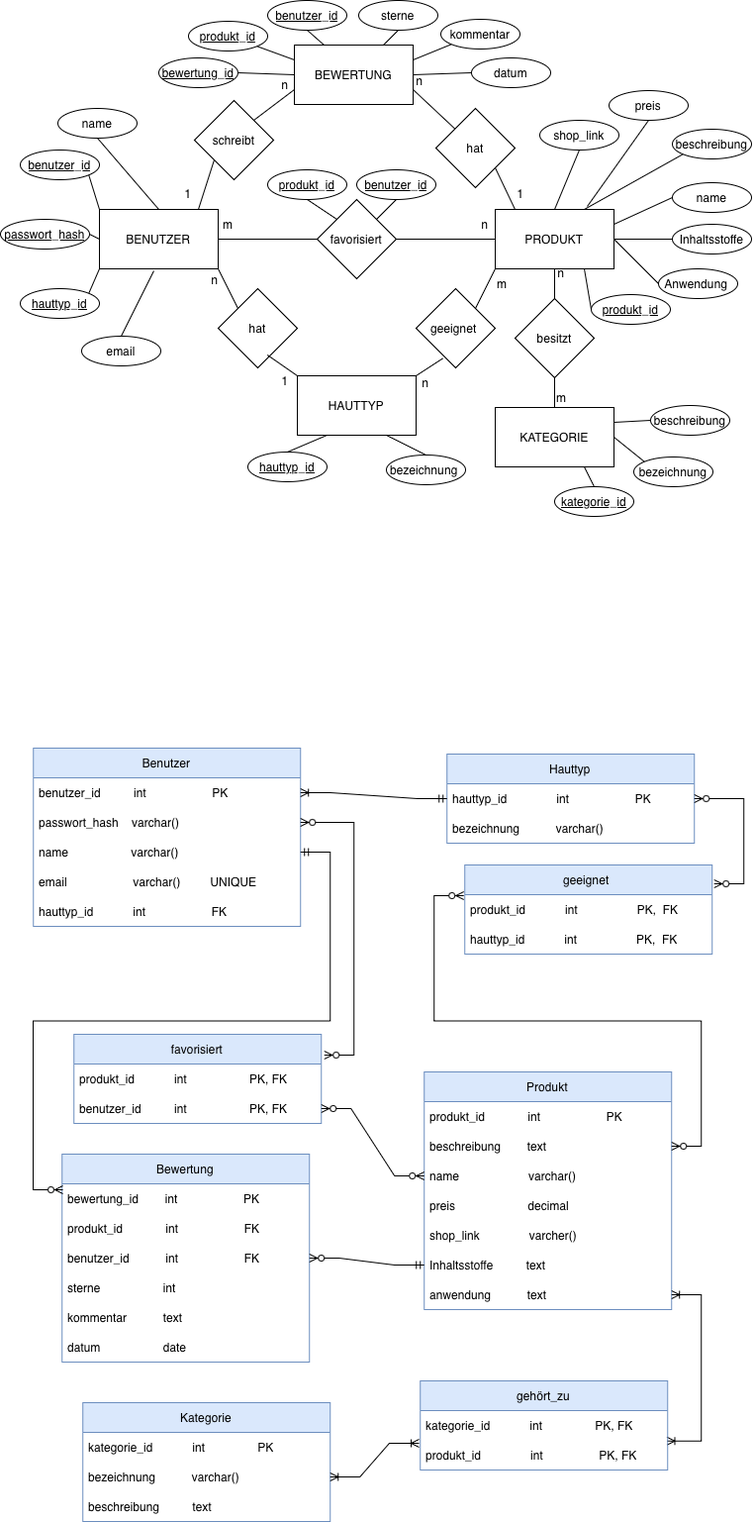
Above: docs/assets/images/data-model.png in Tiberja/SkinSense (draw.io), before the change. Source tidied: cells renumbered, new cells last; positions are measured from the earlier drawing's top-left corner, leaving out a move shared by most shapes.
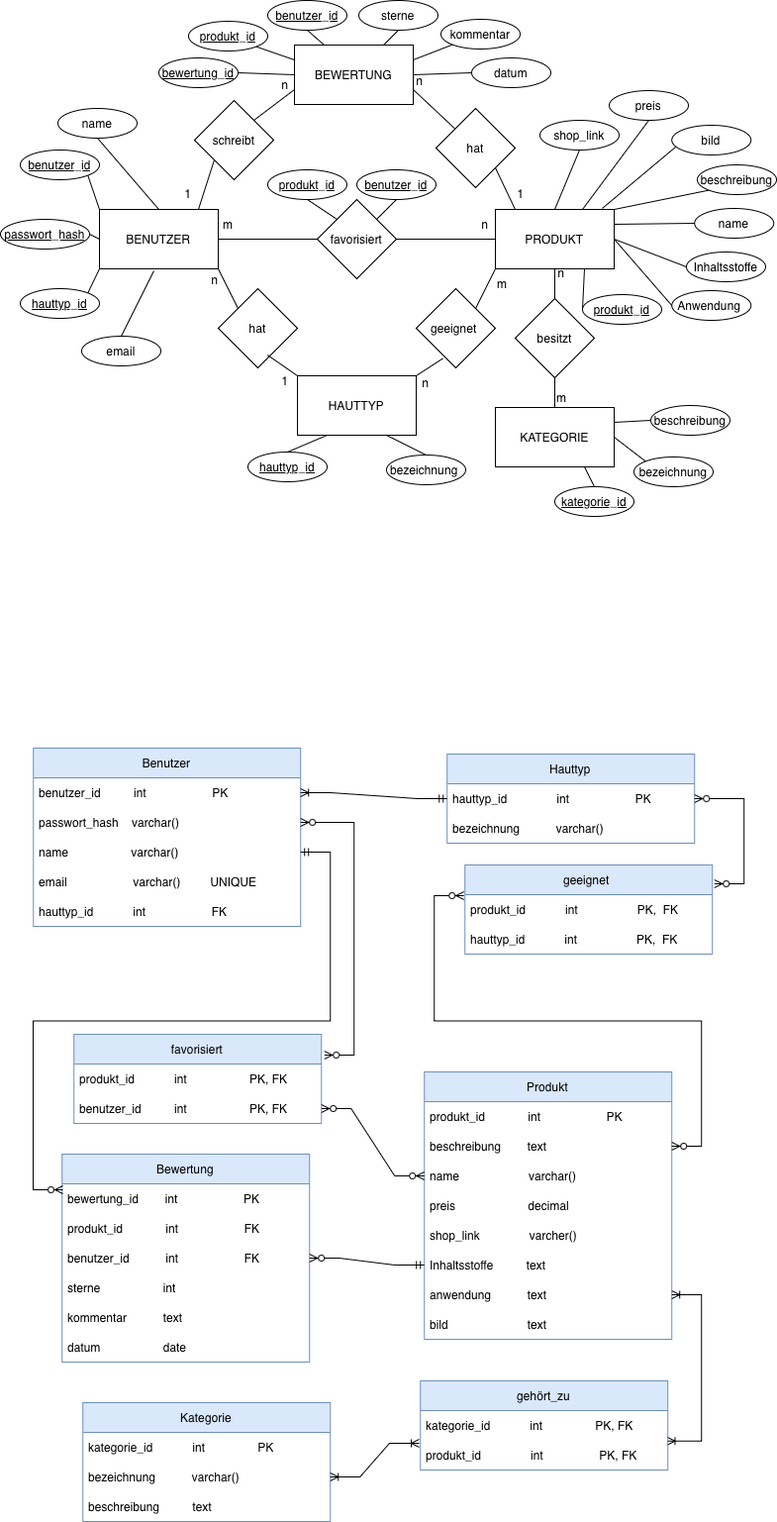
After the change.

The edit, as a diff of the source:
```diff
@@ -75,13 +75,13 @@
       <mxGeometry x="250" y="456" width="80" height="30" as="geometry" />
     </mxCell>
     <mxCell id="26" value="&lt;u&gt;produkt_id&lt;/u&gt;" style="ellipse;whiteSpace=wrap;html=1;fontSize=12;" parent="1" vertex="1">
-      <mxGeometry x="597" y="297" width="80" height="30" as="geometry" />
+      <mxGeometry x="588" y="297" width="80" height="30" as="geometry" />
     </mxCell>
     <mxCell id="27" value="name" style="ellipse;whiteSpace=wrap;html=1;fontSize=12;" parent="1" vertex="1">
-      <mxGeometry x="679" y="184" width="80" height="30" as="geometry" />
+      <mxGeometry x="701.2" y="210" width="80" height="30" as="geometry" />
     </mxCell>
     <mxCell id="28" value="beschreibung" style="ellipse;whiteSpace=wrap;html=1;fontSize=12;" parent="1" vertex="1">
-      <mxGeometry x="679" y="130" width="80" height="30" as="geometry" />
+      <mxGeometry x="704" y="166" width="80" height="30" as="geometry" />
     </mxCell>
     <mxCell id="29" value="preis" style="ellipse;whiteSpace=wrap;html=1;fontSize=12;" parent="1" vertex="1">
       <mxGeometry x="615" y="91" width="80" height="30" as="geometry" />
@@ -132,10 +132,10 @@
     </mxCell>
     <mxCell id="44" style="endArrow=none;html=1;rounded=0;entryX=0.5;entryY=1;entryDx=0;entryDy=0;fontSize=12;" parent="1" edge="1" target="29">
       <mxGeometry relative="1" as="geometry">
-        <mxPoint x="593" y="208" as="sourcePoint" />
+        <mxPoint x="588" y="211" as="sourcePoint" />
       </mxGeometry>
     </mxCell>
-    <mxCell id="45" style="endArrow=none;html=1;rounded=0;entryX=0;entryY=1;entryDx=0;entryDy=0;exitX=0.75;exitY=0;exitDx=0;exitDy=0;fontSize=12;" parent="1" edge="1" source="3" target="28">
+    <mxCell id="45" style="endArrow=none;html=1;rounded=0;entryX=0;entryY=1;entryDx=0;entryDy=0;exitX=1;exitY=0;exitDx=0;exitDy=0;fontSize=12;" parent="1" edge="1" source="3" target="28">
       <mxGeometry relative="1" as="geometry" />
     </mxCell>
     <mxCell id="46" style="endArrow=none;html=1;rounded=0;entryX=0;entryY=0.5;entryDx=0;entryDy=0;exitX=1;exitY=0.25;exitDx=0;exitDy=0;fontSize=12;" parent="1" edge="1" source="3" target="27">
@@ -163,7 +163,7 @@
       <mxGeometry y="150" width="270" height="30" as="geometry" />
     </mxCell>
     <mxCell id="54" value="Produkt" style="swimlane;fontStyle=0;horizontal=1;startSize=30;whiteSpace=wrap;html=1;fillColor=#dae8fc;strokeColor=#6c8ebf;" parent="1" vertex="1">
-      <mxGeometry x="428.2" y="1082" width="250" height="240" as="geometry" />
+      <mxGeometry x="428.2" y="1082" width="250" height="270" as="geometry" />
     </mxCell>
     <mxCell id="55" value="produkt_id &amp;nbsp; &amp;nbsp; &amp;nbsp; &amp;nbsp; &amp;nbsp; &amp;nbsp; int &amp;nbsp; &amp;nbsp; &amp;nbsp; &amp;nbsp; &amp;nbsp; &amp;nbsp; &amp;nbsp; &amp;nbsp; &amp;nbsp; &amp;nbsp;PK" style="text;strokeColor=none;fillColor=none;align=left;verticalAlign=middle;spacingLeft=4;spacingRight=4;overflow=hidden;whiteSpace=wrap;html=1;" parent="54" vertex="1">
       <mxGeometry y="30" width="250" height="30" as="geometry" />
@@ -186,6 +186,9 @@
     <mxCell id="61" value="anwendung &amp;nbsp; &amp;nbsp; &amp;nbsp; &amp;nbsp; &amp;nbsp; text" style="text;strokeColor=none;fillColor=none;align=left;verticalAlign=middle;spacingLeft=4;spacingRight=4;overflow=hidden;points=[[0,0.5],[1,0.5]];portConstraint=eastwest;whiteSpace=wrap;html=1;" parent="54" vertex="1">
       <mxGeometry y="210" width="250" height="30" as="geometry" />
     </mxCell>
+    <mxCell id="133" value="bild &amp;nbsp; &amp;nbsp; &amp;nbsp; &amp;nbsp; &amp;nbsp; &amp;nbsp; &amp;nbsp; &amp;nbsp; &amp;nbsp; &amp;nbsp; &amp;nbsp; &amp;nbsp;text" style="text;strokeColor=none;fillColor=none;align=left;verticalAlign=middle;spacingLeft=4;spacingRight=4;overflow=hidden;whiteSpace=wrap;html=1;" parent="54" vertex="1">
+      <mxGeometry y="240" width="250" height="30" as="geometry" />
+    </mxCell>
     <mxCell id="62" value="Hauttyp" style="swimlane;fontStyle=0;horizontal=1;startSize=30;whiteSpace=wrap;html=1;fillColor=#dae8fc;strokeColor=#6c8ebf;" parent="1" vertex="1">
       <mxGeometry x="451.2" y="761" width="250" height="90" as="geometry" />
     </mxCell>
@@ -298,10 +301,10 @@
       <mxGeometry x="537" y="386" width="60" height="30" as="geometry" />
     </mxCell>
     <mxCell id="97" value="Inhaltsstoffe" style="ellipse;whiteSpace=wrap;html=1;fontSize=12;" parent="1" vertex="1">
-      <mxGeometry x="679" y="226" width="80" height="30" as="geometry" />
+      <mxGeometry x="693" y="254" width="80" height="30" as="geometry" />
     </mxCell>
     <mxCell id="98" value="Anwendung&amp;nbsp;" style="ellipse;whiteSpace=wrap;html=1;fontSize=12;" parent="1" vertex="1">
-      <mxGeometry x="665" y="271" width="80" height="30" as="geometry" />
+      <mxGeometry x="678.2" y="293" width="80" height="30" as="geometry" />
     </mxCell>
     <mxCell id="99" style="endArrow=none;html=1;rounded=0;exitX=0;exitY=0.5;exitDx=0;exitDy=0;entryX=1;entryY=0.5;entryDx=0;entryDy=0;fontSize=12;" parent="1" edge="1" source="98" target="3">
       <mxGeometry relative="1" as="geometry" />
@@ -407,5 +410,13 @@
     <mxCell id="132" style="edgeStyle=entityRelationEdgeStyle;fontSize=12;html=1;endArrow=ERzeroToMany;startArrow=ERmandOne;rounded=0;entryX=1;entryY=0.5;entryDx=0;entryDy=0;exitX=0;exitY=0.5;exitDx=0;exitDy=0;" parent="1" edge="1" source="60" target="127">
       <mxGeometry relative="1" as="geometry" />
     </mxCell>
+    <mxCell id="134" value="bild" style="ellipse;whiteSpace=wrap;html=1;fontSize=12;" parent="1" vertex="1">
+      <mxGeometry x="678.2" y="126" width="80" height="30" as="geometry" />
+    </mxCell>
+    <mxCell id="135" style="endArrow=none;html=1;rounded=0;exitX=0.9;exitY=-0.017;exitDx=0;exitDy=0;exitPerimeter=0;" parent="1" edge="1" source="3">
+      <mxGeometry relative="1" as="geometry">
+        <mxPoint x="682" y="148" as="targetPoint" />
+      </mxGeometry>
+    </mxCell>
   </root>
 </mxGraphModel>
```
